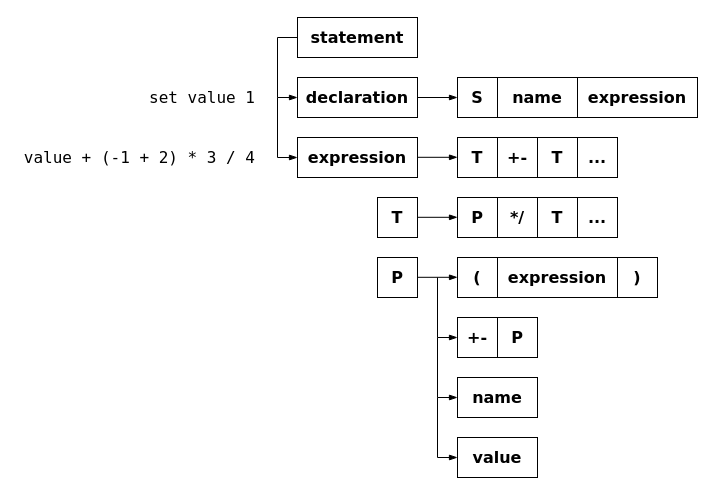
The draw.io diagram projects/examples/source/section_13/recursive_calculator.drawio in i-s-m-mipt/Education, before the edit. Source tidied: cells renumbered, new cells numbered last; positions are measured from the earlier drawing's top-left corner, leaving out a move shared by most shapes. Both pictures are drawn from the tidied source at 100%, with x=0, y=0 at pixel (17, 17).
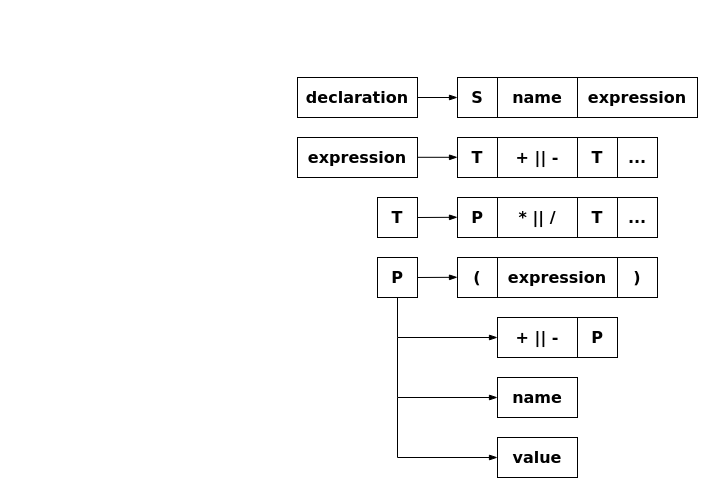
After the change.

Commit message (it also covers changes not shown here):
Доработана схема recursive_calculator.

The change refers to these unchanged cells:
```xml
<mxCell id="3" value="&lt;font size=&quot;1&quot; face=&quot;Verdana&quot;&gt;&lt;b style=&quot;font-size: 16px;&quot;&gt;declaration&lt;/b&gt;&lt;/font&gt;" style="text;html=1;align=center;verticalAlign=middle;whiteSpace=wrap;rounded=0;strokeColor=default;" parent="1" vertex="1">
  <mxGeometry x="280" y="60" width="120" height="40" as="geometry" />
</mxCell>
<mxCell id="4" value="&lt;font size=&quot;1&quot; face=&quot;Verdana&quot;&gt;&lt;b style=&quot;font-size: 16px;&quot;&gt;expression&lt;/b&gt;&lt;/font&gt;" style="text;html=1;align=center;verticalAlign=middle;whiteSpace=wrap;rounded=0;strokeColor=default;" parent="1" vertex="1">
  <mxGeometry x="280" y="120" width="120" height="40" as="geometry" />
</mxCell>
<mxCell id="16" value="&lt;font size=&quot;1&quot; face=&quot;Verdana&quot;&gt;&lt;b style=&quot;font-size: 16px;&quot;&gt;T&lt;/b&gt;&lt;/font&gt;" style="text;html=1;align=center;verticalAlign=middle;whiteSpace=wrap;rounded=0;strokeColor=default;" parent="1" vertex="1">
  <mxGeometry x="360" y="180" width="40" height="40" as="geometry" />
</mxCell>
<mxCell id="17" value="&lt;font face=&quot;Verdana&quot;&gt;&lt;span style=&quot;font-size: 16px;&quot;&gt;&lt;b&gt;P&lt;/b&gt;&lt;/span&gt;&lt;/font&gt;" style="text;html=1;align=center;verticalAlign=middle;whiteSpace=wrap;rounded=0;strokeColor=default;" parent="1" vertex="1">
  <mxGeometry x="360" y="240" width="40" height="40" as="geometry" />
</mxCell>
```

The edit, as a diff of the source:
```diff
@@
-    <mxCell id="2" value="&lt;font size=&quot;1&quot; face=&quot;Verdana&quot;&gt;&lt;b style=&quot;font-size: 16px;&quot;&gt;statement&lt;/b&gt;&lt;/font&gt;" style="text;html=1;align=center;verticalAlign=middle;whiteSpace=wrap;rounded=0;strokeColor=default;" parent="1" vertex="1">
-      <mxGeometry x="280" width="120" height="40" as="geometry" />
-    </mxCell>
@@
     <mxCell id="9" value="&lt;font size=&quot;1&quot; face=&quot;Verdana&quot;&gt;&lt;b style=&quot;font-size: 16px;&quot;&gt;T&lt;/b&gt;&lt;/font&gt;" style="text;html=1;align=center;verticalAlign=middle;whiteSpace=wrap;rounded=0;strokeColor=default;" parent="1" vertex="1">
-      <mxGeometry x="520" y="120" width="40" height="40" as="geometry" />
+      <mxGeometry x="560" y="120" width="40" height="40" as="geometry" />
     </mxCell>
-    <mxCell id="10" value="&lt;font face=&quot;Verdana&quot;&gt;&lt;span style=&quot;font-size: 16px;&quot;&gt;&lt;b&gt;+-&lt;/b&gt;&lt;/span&gt;&lt;/font&gt;" style="text;html=1;align=center;verticalAlign=middle;whiteSpace=wrap;rounded=0;strokeColor=default;" parent="1" vertex="1">
-      <mxGeometry x="480" y="120" width="40" height="40" as="geometry" />
+    <mxCell id="10" value="&lt;font face=&quot;Verdana&quot;&gt;&lt;span style=&quot;font-size: 16px;&quot;&gt;&lt;b&gt;+ || -&lt;/b&gt;&lt;/span&gt;&lt;/font&gt;" style="text;html=1;align=center;verticalAlign=middle;whiteSpace=wrap;rounded=0;strokeColor=default;" parent="1" vertex="1">
+      <mxGeometry x="480" y="120" width="80" height="40" as="geometry" />
     </mxCell>
     <mxCell id="11" value="&lt;font face=&quot;Verdana&quot;&gt;&lt;span style=&quot;font-size: 16px;&quot;&gt;&lt;b&gt;...&lt;/b&gt;&lt;/span&gt;&lt;/font&gt;" style="text;html=1;align=center;verticalAlign=middle;whiteSpace=wrap;rounded=0;strokeColor=default;" parent="1" vertex="1">
-      <mxGeometry x="560" y="120" width="40" height="40" as="geometry" />
+      <mxGeometry x="600" y="120" width="40" height="40" as="geometry" />
     </mxCell>
     <mxCell id="12" value="&lt;font size=&quot;1&quot; face=&quot;Verdana&quot;&gt;&lt;b style=&quot;font-size: 16px;&quot;&gt;T&lt;/b&gt;&lt;/font&gt;" style="text;html=1;align=center;verticalAlign=middle;whiteSpace=wrap;rounded=0;strokeColor=default;" parent="1" vertex="1">
-      <mxGeometry x="520" y="180" width="40" height="40" as="geometry" />
+      <mxGeometry x="560" y="180" width="40" height="40" as="geometry" />
     </mxCell>
@@
-    <mxCell id="14" value="&lt;font face=&quot;Verdana&quot;&gt;&lt;span style=&quot;font-size: 16px;&quot;&gt;&lt;b&gt;*/&lt;/b&gt;&lt;/span&gt;&lt;/font&gt;" style="text;html=1;align=center;verticalAlign=middle;whiteSpace=wrap;rounded=0;strokeColor=default;" parent="1" vertex="1">
-      <mxGeometry x="480" y="180" width="40" height="40" as="geometry" />
+    <mxCell id="14" value="&lt;font face=&quot;Verdana&quot;&gt;&lt;span style=&quot;font-size: 16px;&quot;&gt;&lt;b&gt;* || /&lt;/b&gt;&lt;/span&gt;&lt;/font&gt;" style="text;html=1;align=center;verticalAlign=middle;whiteSpace=wrap;rounded=0;strokeColor=default;" parent="1" vertex="1">
+      <mxGeometry x="480" y="180" width="80" height="40" as="geometry" />
     </mxCell>
     <mxCell id="15" value="&lt;font face=&quot;Verdana&quot;&gt;&lt;span style=&quot;font-size: 16px;&quot;&gt;&lt;b&gt;...&lt;/b&gt;&lt;/span&gt;&lt;/font&gt;" style="text;html=1;align=center;verticalAlign=middle;whiteSpace=wrap;rounded=0;strokeColor=default;" parent="1" vertex="1">
-      <mxGeometry x="560" y="180" width="40" height="40" as="geometry" />
+      <mxGeometry x="600" y="180" width="40" height="40" as="geometry" />
     </mxCell>
@@
-    <mxCell id="21" value="&lt;font face=&quot;Verdana&quot;&gt;&lt;span style=&quot;font-size: 16px;&quot;&gt;&lt;b&gt;+-&lt;/b&gt;&lt;/span&gt;&lt;/font&gt;" style="text;html=1;align=center;verticalAlign=middle;whiteSpace=wrap;rounded=0;strokeColor=default;" parent="1" vertex="1">
-      <mxGeometry x="440" y="300" width="40" height="40" as="geometry" />
+    <mxCell id="21" value="&lt;font face=&quot;Verdana&quot;&gt;&lt;span style=&quot;font-size: 16px;&quot;&gt;&lt;b&gt;+ || -&lt;/b&gt;&lt;/span&gt;&lt;/font&gt;" style="text;html=1;align=center;verticalAlign=middle;whiteSpace=wrap;rounded=0;strokeColor=default;" parent="1" vertex="1">
+      <mxGeometry x="480" y="300" width="80" height="40" as="geometry" />
     </mxCell>
     <mxCell id="22" value="&lt;font face=&quot;Verdana&quot;&gt;&lt;span style=&quot;font-size: 16px;&quot;&gt;&lt;b&gt;P&lt;/b&gt;&lt;/span&gt;&lt;/font&gt;" style="text;html=1;align=center;verticalAlign=middle;whiteSpace=wrap;rounded=0;strokeColor=default;" parent="1" vertex="1">
-      <mxGeometry x="480" y="300" width="40" height="40" as="geometry" />
+      <mxGeometry x="560" y="300" width="40" height="40" as="geometry" />
     </mxCell>
     <mxCell id="23" value="&lt;font size=&quot;1&quot; face=&quot;Verdana&quot;&gt;&lt;b style=&quot;font-size: 16px;&quot;&gt;name&lt;/b&gt;&lt;/font&gt;" style="text;html=1;align=center;verticalAlign=middle;whiteSpace=wrap;rounded=0;strokeColor=default;" parent="1" vertex="1">
-      <mxGeometry x="440" y="360" width="80" height="40" as="geometry" />
+      <mxGeometry x="480" y="360" width="80" height="40" as="geometry" />
     </mxCell>
     <mxCell id="24" value="&lt;font size=&quot;1&quot; face=&quot;Verdana&quot;&gt;&lt;b style=&quot;font-size: 16px;&quot;&gt;value&lt;/b&gt;&lt;/font&gt;" style="text;html=1;align=center;verticalAlign=middle;whiteSpace=wrap;rounded=0;strokeColor=default;" parent="1" vertex="1">
-      <mxGeometry x="440" y="420" width="80" height="40" as="geometry" />
+      <mxGeometry x="480" y="420" width="80" height="40" as="geometry" />
     </mxCell>
-    <mxCell id="25" style="endArrow=blockThin;html=1;rounded=0;exitX=0;exitY=0.5;exitDx=0;exitDy=0;entryX=0;entryY=0.5;entryDx=0;entryDy=0;endFill=1;" parent="1" edge="1" source="2" target="3">
-      <mxGeometry relative="1" as="geometry">
-        <Array as="points">
-          <mxPoint x="260" y="20" />
-          <mxPoint x="260" y="80" />
-        </Array>
-      </mxGeometry>
-    </mxCell>
-    <mxCell id="26" style="endArrow=blockThin;html=1;rounded=0;entryX=0;entryY=0.5;entryDx=0;entryDy=0;endFill=1;" parent="1" edge="1" target="4">
-      <mxGeometry relative="1" as="geometry">
-        <mxPoint x="260" y="80" as="sourcePoint" />
-        <Array as="points">
-          <mxPoint x="260" y="140" />
-        </Array>
-      </mxGeometry>
-    </mxCell>
@@
-    <mxCell id="29" style="endArrow=blockThin;html=1;rounded=0;exitX=1;exitY=0.5;exitDx=0;exitDy=0;entryX=0;entryY=0.5;entryDx=0;entryDy=0;endFill=1;" parent="1" edge="1">
+    <mxCell id="29" style="endArrow=blockThin;html=1;rounded=0;exitX=1;exitY=0.5;exitDx=0;exitDy=0;entryX=0;entryY=0.5;entryDx=0;entryDy=0;endFill=1;" parent="1" edge="1" source="16">
       <mxGeometry relative="1" as="geometry">
-        <mxPoint x="400" y="199.8" as="sourcePoint" />
         <mxPoint x="440" y="199.8" as="targetPoint" />
       </mxGeometry>
     </mxCell>
-    <mxCell id="30" style="endArrow=blockThin;html=1;rounded=0;exitX=1;exitY=0.5;exitDx=0;exitDy=0;entryX=0;entryY=0.5;entryDx=0;entryDy=0;endFill=1;" parent="1" edge="1">
+    <mxCell id="30" style="endArrow=blockThin;html=1;rounded=0;exitX=1;exitY=0.5;exitDx=0;exitDy=0;entryX=0;entryY=0.5;entryDx=0;entryDy=0;endFill=1;" parent="1" edge="1" source="17">
       <mxGeometry relative="1" as="geometry">
-        <mxPoint x="400" y="259.8" as="sourcePoint" />
         <mxPoint x="440" y="259.8" as="targetPoint" />
       </mxGeometry>
     </mxCell>
-    <mxCell id="31" style="endArrow=blockThin;html=1;rounded=0;entryX=0;entryY=0.5;entryDx=0;entryDy=0;endFill=1;" parent="1" edge="1">
+    <mxCell id="31" style="endArrow=blockThin;html=1;rounded=0;entryX=0;entryY=0.5;entryDx=0;entryDy=0;endFill=1;exitX=0.5;exitY=1;exitDx=0;exitDy=0;" parent="1" edge="1" source="17" target="21">
       <mxGeometry relative="1" as="geometry">
-        <mxPoint x="420" y="260" as="sourcePoint" />
-        <mxPoint x="440" y="320" as="targetPoint" />
         <Array as="points">
-          <mxPoint x="420" y="320" />
+          <mxPoint x="380" y="320" />
         </Array>
       </mxGeometry>
     </mxCell>
-    <mxCell id="32" style="endArrow=blockThin;html=1;rounded=0;entryX=0;entryY=0.5;entryDx=0;entryDy=0;endFill=1;" parent="1" edge="1">
+    <mxCell id="32" style="endArrow=blockThin;html=1;rounded=0;entryX=0;entryY=0.5;entryDx=0;entryDy=0;endFill=1;" parent="1" edge="1" target="23">
       <mxGeometry relative="1" as="geometry">
-        <mxPoint x="420" y="320" as="sourcePoint" />
-        <mxPoint x="440" y="380" as="targetPoint" />
+        <mxPoint x="380" y="320" as="sourcePoint" />
         <Array as="points">
-          <mxPoint x="420" y="380" />
+          <mxPoint x="380" y="380" />
         </Array>
       </mxGeometry>
     </mxCell>
-    <mxCell id="33" style="endArrow=blockThin;html=1;rounded=0;entryX=0;entryY=0.5;entryDx=0;entryDy=0;endFill=1;" parent="1" edge="1">
+    <mxCell id="33" style="endArrow=blockThin;html=1;rounded=0;entryX=0;entryY=0.5;entryDx=0;entryDy=0;endFill=1;" parent="1" edge="1" target="24">
       <mxGeometry relative="1" as="geometry">
-        <mxPoint x="420" y="380" as="sourcePoint" />
-        <mxPoint x="440" y="440" as="targetPoint" />
+        <mxPoint x="380" y="380" as="sourcePoint" />
         <Array as="points">
-          <mxPoint x="420" y="440" />
+          <mxPoint x="380" y="440" />
         </Array>
       </mxGeometry>
     </mxCell>
-    <mxCell id="34" value="&lt;font face=&quot;Lucida Console&quot; style=&quot;font-size: 16px;&quot;&gt;set value 1&lt;/font&gt;" style="text;html=1;align=right;verticalAlign=middle;whiteSpace=wrap;rounded=0;" parent="1" vertex="1">
-      <mxGeometry x="100" y="60" width="140" height="40" as="geometry" />
-    </mxCell>
-    <mxCell id="35" value="&lt;font face=&quot;Lucida Console&quot; style=&quot;font-size: 16px;&quot;&gt;value + (-1 + 2) * 3 / 4&lt;/font&gt;" style="text;html=1;align=right;verticalAlign=middle;whiteSpace=wrap;rounded=0;" parent="1" vertex="1">
-      <mxGeometry y="120" width="240" height="40" as="geometry" />
-    </mxCell>
```
